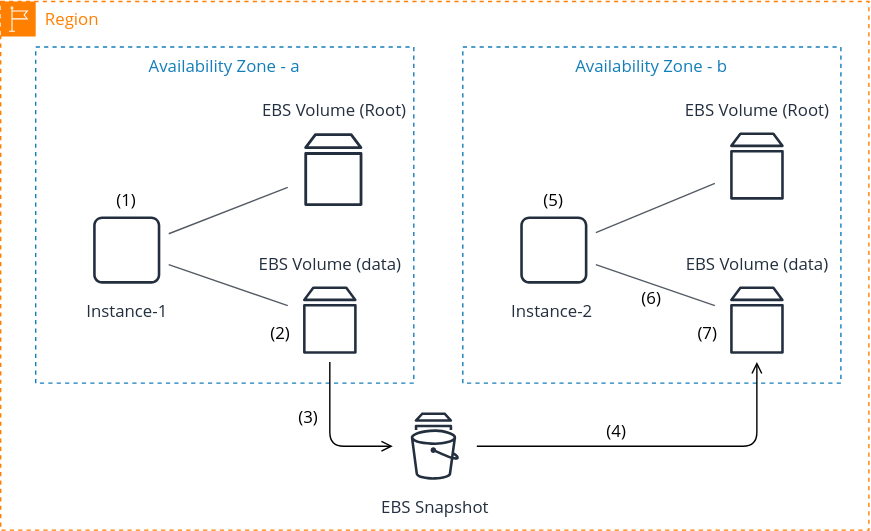
Above: EBS_Copy_Across_AZ.svg in kaushikdas/resources (draw.io), before the change. Source tidied: cells renumbered, new cells last; positions are measured from the earlier drawing's top-left corner, leaving out a move shared by most shapes.
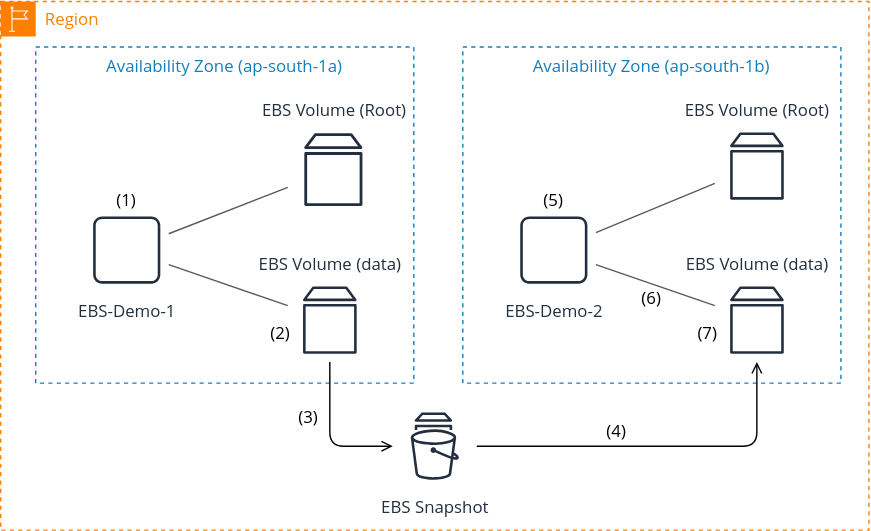
The same diagram one commit later.

Commit message:
corrected instance names

What changed in the source:
```diff
@@ -5,16 +5,16 @@
     <mxCell id="2" value="Region" style="gradientColor=none;html=1;whiteSpace=wrap;fontSize=12;fontStyle=0;shape=mxgraph.aws4.group;grIcon=mxgraph.aws4.group_region;fillColor=none;verticalAlign=top;align=left;spacingLeft=30;dashed=1;fontFamily=Open Sans;fontSource=https%3A%2F%2Ffonts.googleapis.com%2Fcss%3Ffamily%3DOpen%2BSans;fontColor=#FF8000;strokeColor=#FF8000;" parent="1" vertex="1">
       <mxGeometry y="0.5" width="620" height="377.5" as="geometry" />
     </mxCell>
-    <mxCell id="3" value="Availability Zone - a" style="fillColor=none;strokeColor=#147EBA;dashed=1;verticalAlign=top;fontStyle=0;fontColor=#147EBA;fontFamily=Open Sans;fontSource=https%3A%2F%2Ffonts.googleapis.com%2Fcss%3Ffamily%3DOpen%2BSans;fontSize=12;" parent="1" vertex="1">
+    <mxCell id="3" value="Availability Zone (ap-south-1a)" style="fillColor=none;strokeColor=#147EBA;dashed=1;verticalAlign=top;fontStyle=0;fontColor=#147EBA;fontFamily=Open Sans;fontSource=https%3A%2F%2Ffonts.googleapis.com%2Fcss%3Ffamily%3DOpen%2BSans;fontSize=12;" parent="1" vertex="1">
       <mxGeometry x="25" y="33" width="270" height="240" as="geometry" />
     </mxCell>
     <mxCell id="4" value="EBS Snapshot" style="outlineConnect=0;fontColor=#232F3E;gradientColor=none;strokeColor=#232F3E;fillColor=#ffffff;dashed=0;verticalLabelPosition=bottom;verticalAlign=top;align=center;html=1;fontSize=12;fontStyle=0;shape=mxgraph.aws4.resourceIcon;resIcon=mxgraph.aws4.snapshot;fontFamily=Open Sans;fontSource=https%3A%2F%2Ffonts.googleapis.com%2Fcss%3Ffamily%3DOpen%2BSans;" parent="1" vertex="1">
       <mxGeometry x="280" y="288" width="60" height="60" as="geometry" />
     </mxCell>
-    <mxCell id="5" value="Availability Zone - b" style="fillColor=none;strokeColor=#147EBA;dashed=1;verticalAlign=top;fontStyle=0;fontColor=#147EBA;fontFamily=Open Sans;fontSource=https%3A%2F%2Ffonts.googleapis.com%2Fcss%3Ffamily%3DOpen%2BSans;fontSize=12;" parent="1" vertex="1">
+    <mxCell id="5" value="Availability Zone (ap-south-1b)" style="fillColor=none;strokeColor=#147EBA;dashed=1;verticalAlign=top;fontStyle=0;fontColor=#147EBA;fontFamily=Open Sans;fontSource=https%3A%2F%2Ffonts.googleapis.com%2Fcss%3Ffamily%3DOpen%2BSans;fontSize=12;" parent="1" vertex="1">
       <mxGeometry x="330" y="33" width="270" height="240" as="geometry" />
     </mxCell>
-    <mxCell id="6" value="Instance-2&amp;nbsp;" style="outlineConnect=0;fontColor=#232F3E;gradientColor=none;strokeColor=#232F3E;fillColor=#ffffff;dashed=0;verticalLabelPosition=bottom;verticalAlign=top;align=center;html=1;fontSize=12;fontStyle=0;shape=mxgraph.aws4.resourceIcon;resIcon=mxgraph.aws4.instance;fontFamily=Open Sans;fontSource=https%3A%2F%2Ffonts.googleapis.com%2Fcss%3Ffamily%3DOpen%2BSans;" parent="1" vertex="1">
+    <mxCell id="6" value="EBS-Demo-2" style="outlineConnect=0;fontColor=#232F3E;gradientColor=none;strokeColor=#232F3E;fillColor=#ffffff;dashed=0;verticalLabelPosition=bottom;verticalAlign=top;align=center;html=1;fontSize=12;fontStyle=0;shape=mxgraph.aws4.resourceIcon;resIcon=mxgraph.aws4.instance;fontFamily=Open Sans;fontSource=https%3A%2F%2Ffonts.googleapis.com%2Fcss%3Ffamily%3DOpen%2BSans;" parent="1" vertex="1">
       <mxGeometry x="365" y="148" width="60" height="60" as="geometry" />
     </mxCell>
     <mxCell id="7" value="EBS Volume (Root)" style="outlineConnect=0;fontColor=#232F3E;gradientColor=none;strokeColor=#232F3E;fillColor=#ffffff;dashed=0;verticalLabelPosition=top;verticalAlign=bottom;align=center;html=1;fontSize=12;fontStyle=0;shape=mxgraph.aws4.resourceIcon;resIcon=mxgraph.aws4.volume;fontFamily=Open Sans;fontSource=https%3A%2F%2Ffonts.googleapis.com%2Fcss%3Ffamily%3DOpen%2BSans;labelPosition=center;" parent="1" vertex="1">
@@ -23,7 +23,7 @@
     <mxCell id="8" value="EBS Volume (data)" style="outlineConnect=0;fontColor=#232F3E;gradientColor=none;strokeColor=#232F3E;fillColor=#ffffff;dashed=0;verticalLabelPosition=top;verticalAlign=bottom;align=center;html=1;fontSize=12;fontStyle=0;shape=mxgraph.aws4.resourceIcon;resIcon=mxgraph.aws4.volume;fontFamily=Open Sans;fontSource=https%3A%2F%2Ffonts.googleapis.com%2Fcss%3Ffamily%3DOpen%2BSans;labelPosition=center;" parent="1" vertex="1">
       <mxGeometry x="510" y="198" width="60" height="60" as="geometry" />
     </mxCell>
-    <mxCell id="9" value="Instance-1" style="outlineConnect=0;fontColor=#232F3E;gradientColor=none;strokeColor=#232F3E;fillColor=#ffffff;dashed=0;verticalLabelPosition=bottom;verticalAlign=top;align=center;html=1;fontSize=12;fontStyle=0;shape=mxgraph.aws4.resourceIcon;resIcon=mxgraph.aws4.instance;fontFamily=Open Sans;fontSource=https%3A%2F%2Ffonts.googleapis.com%2Fcss%3Ffamily%3DOpen%2BSans;" parent="1" vertex="1">
+    <mxCell id="9" value="EBS-Demo-1" style="outlineConnect=0;fontColor=#232F3E;gradientColor=none;strokeColor=#232F3E;fillColor=#ffffff;dashed=0;verticalLabelPosition=bottom;verticalAlign=top;align=center;html=1;fontSize=12;fontStyle=0;shape=mxgraph.aws4.resourceIcon;resIcon=mxgraph.aws4.instance;fontFamily=Open Sans;fontSource=https%3A%2F%2Ffonts.googleapis.com%2Fcss%3Ffamily%3DOpen%2BSans;" parent="1" vertex="1">
       <mxGeometry x="60" y="148" width="60" height="60" as="geometry" />
     </mxCell>
     <mxCell id="10" value="EBS Volume (Root)" style="outlineConnect=0;fontColor=#232F3E;gradientColor=none;strokeColor=#232F3E;fillColor=#ffffff;dashed=0;verticalLabelPosition=top;verticalAlign=bottom;align=center;html=1;fontSize=12;fontStyle=0;shape=mxgraph.aws4.resourceIcon;resIcon=mxgraph.aws4.volume;fontFamily=Open Sans;fontSource=https%3A%2F%2Ffonts.googleapis.com%2Fcss%3Ffamily%3DOpen%2BSans;labelPosition=center;" parent="1" vertex="1">
```
